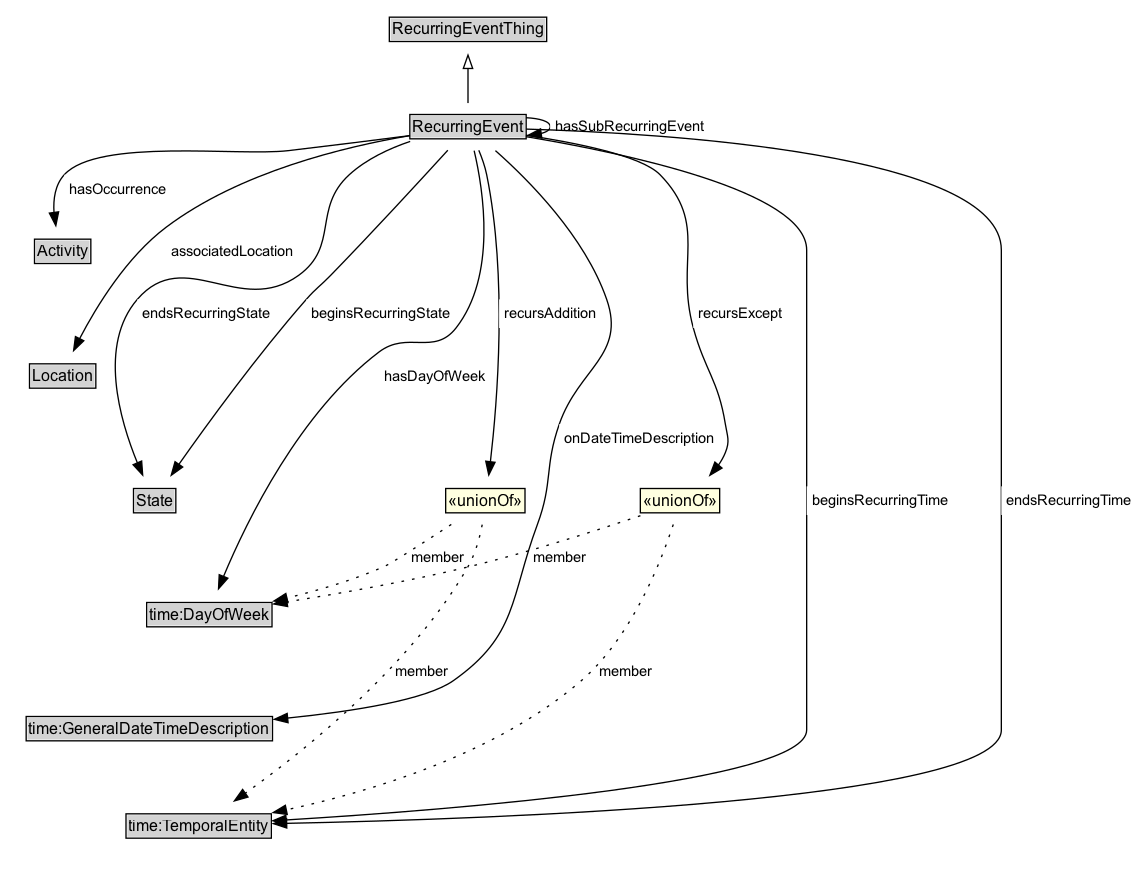
Earlier version of the Graphviz export docs/diagrams/RecurringEvent.dot.png (ISO-TC204/ontology-cdm-p1-v1). Its source is kept beside it as docs/diagrams/RecurringEvent.dot. Its diagram source:
```dot
digraph {
	graph [overlap=false rankdir=TB splines=true]
	node [fontname=Arial fontsize=12 margin=0 shape=none]
	edge [fontname=Arial fontsize=11]
	{
		rank=source
		RecurringEventThing [label=<<TABLE BORDER="1" CELLBORDER="0" CELLSPACING="0" CELLPADDING="1"><TR><TD BGCOLOR="lightgray" ALIGN="CENTER">RecurringEventThing</TD></TR></TABLE>> URL="../RecurringEventThing" margin=0]
	}
	RecurringEvent [label=<<TABLE BORDER="1" CELLBORDER="0" CELLSPACING="0" CELLPADDING="1"><TR><TD BGCOLOR="lightgray" ALIGN="CENTER">RecurringEvent</TD></TR><TR><TD ALIGN="LEFT">endTime : xsd:time</TD></TR><TR><TD ALIGN="LEFT">startTime : xsd:time</TD></TR></TABLE>> URL="../RecurringEvent" margin=0]
	{
		rank=max
	}
	subgraph cluster_associated {
		label="" style=invis
		Invis [label=<<TABLE BORDER="0" CELLBORDER="0" CELLSPACING="0" CELLPADDING="1"><TR><TD></TD></TR></TABLE>> margin=0 style=invis]
		Activity [label=<<TABLE BORDER="1" CELLBORDER="0" CELLSPACING="0" CELLPADDING="1"><TR><TD BGCOLOR="lightgray" ALIGN="CENTER">Activity</TD></TR></TABLE>> URL="../Activity" margin=0]
		Location [label=<<TABLE BORDER="1" CELLBORDER="0" CELLSPACING="0" CELLPADDING="1"><TR><TD BGCOLOR="lightgray" ALIGN="CENTER">Location</TD></TR></TABLE>> URL="../Location" margin=0]
		State [label=<<TABLE BORDER="1" CELLBORDER="0" CELLSPACING="0" CELLPADDING="1"><TR><TD BGCOLOR="lightgray" ALIGN="CENTER">State</TD></TR></TABLE>> URL="../State" margin=0]
		time_DayOfWeek [label=<<TABLE BORDER="1" CELLBORDER="0" CELLSPACING="0" CELLPADDING="1"><TR><TD BGCOLOR="lightgray" ALIGN="CENTER">time:DayOfWeek</TD></TR></TABLE>> URL="https://w3id.org/citydata/imported/time/latest/DayOfWeek" margin=0]
		time_GeneralDateTimeDescription [label=<<TABLE BORDER="1" CELLBORDER="0" CELLSPACING="0" CELLPADDING="1"><TR><TD BGCOLOR="lightgray" ALIGN="CENTER">time:GeneralDateTimeDescription</TD></TR></TABLE>> URL="https://w3id.org/citydata/imported/time/latest/GeneralDateTimeDescription" margin=0]
		time_TemporalEntity [label=<<TABLE BORDER="1" CELLBORDER="0" CELLSPACING="0" CELLPADDING="1"><TR><TD BGCOLOR="lightgray" ALIGN="CENTER">time:TemporalEntity</TD></TR></TABLE>> URL="https://w3id.org/citydata/imported/time/latest/TemporalEntity" margin=0]
	}
	RecurringEvent -> RecurringEventThing [arrowhead=onormal style=solid]
	RecurringEvent -> Invis [style=invis]
	Invis -> Activity [style=invis]
	Activity -> Location [style=invis]
	Location -> State [style=invis]
	State -> time_DayOfWeek [style=invis]
	time_DayOfWeek -> time_GeneralDateTimeDescription [style=invis]
	time_GeneralDateTimeDescription -> time_TemporalEntity [style=invis]
	n3444a948a9c64faf81d4b7a6799806b1b12 [label=<<TABLE BORDER="1" CELLBORDER="0" CELLSPACING="0" CELLPADDING="1" BGCOLOR="lightyellow"><TR><TD ALIGN="CENTER">«unionOf»</TD></TR></TABLE>> margin=0]
	time_DayOfWeek [label=<<TABLE BORDER="1" CELLBORDER="0" CELLSPACING="0" CELLPADDING="1"><TR><TD BGCOLOR="lightgray" ALIGN="CENTER">time:DayOfWeek</TD></TR></TABLE>> URL="https://w3id.org/citydata/imported/time/latest/DayOfWeek" margin=0]
	n3444a948a9c64faf81d4b7a6799806b1b12 -> time_DayOfWeek [label=member arrowhead=normal style=dotted]
	time_TemporalEntity [label=<<TABLE BORDER="1" CELLBORDER="0" CELLSPACING="0" CELLPADDING="1"><TR><TD BGCOLOR="lightgray" ALIGN="CENTER">time:TemporalEntity</TD></TR></TABLE>> URL="https://w3id.org/citydata/imported/time/latest/TemporalEntity" margin=0]
	n3444a948a9c64faf81d4b7a6799806b1b12 -> time_TemporalEntity [label=member arrowhead=normal style=dotted]
	RecurringEvent -> n3444a948a9c64faf81d4b7a6799806b1b12 [label=<<TABLE BORDER="0" CELLBORDER="0" CELLSPACING="0" CELLPADDING="4" BGCOLOR="white"><TR><TD ALIGN="CENTER">recursAddition</TD></TR></TABLE>> arrowhead=normal style=solid]
	State [label=<<TABLE BORDER="1" CELLBORDER="0" CELLSPACING="0" CELLPADDING="1"><TR><TD BGCOLOR="lightgray" ALIGN="CENTER">State</TD></TR></TABLE>> URL="../State" margin=0]
	RecurringEvent -> State [label=<<TABLE BORDER="0" CELLBORDER="0" CELLSPACING="0" CELLPADDING="4" BGCOLOR="white"><TR><TD ALIGN="CENTER">endsRecurringState</TD></TR></TABLE>> arrowhead=normal style=solid]
	Location [label=<<TABLE BORDER="1" CELLBORDER="0" CELLSPACING="0" CELLPADDING="1"><TR><TD BGCOLOR="lightgray" ALIGN="CENTER">Location</TD></TR></TABLE>> URL="../Location" margin=0]
	RecurringEvent -> Location [label=<<TABLE BORDER="0" CELLBORDER="0" CELLSPACING="0" CELLPADDING="4" BGCOLOR="white"><TR><TD ALIGN="CENTER">associatedLocation</TD></TR></TABLE>> arrowhead=normal style=solid]
	Activity [label=<<TABLE BORDER="1" CELLBORDER="0" CELLSPACING="0" CELLPADDING="1"><TR><TD BGCOLOR="lightgray" ALIGN="CENTER">Activity</TD></TR></TABLE>> URL="../Activity" margin=0]
	RecurringEvent -> Activity [label=<<TABLE BORDER="0" CELLBORDER="0" CELLSPACING="0" CELLPADDING="4" BGCOLOR="white"><TR><TD ALIGN="CENTER">hasOccurrence</TD></TR></TABLE>> arrowhead=normal style=solid]
	RecurringEvent -> State [label=<<TABLE BORDER="0" CELLBORDER="0" CELLSPACING="0" CELLPADDING="4" BGCOLOR="white"><TR><TD ALIGN="CENTER">beginsRecurringState</TD></TR></TABLE>> arrowhead=normal style=solid]
	n3444a948a9c64faf81d4b7a6799806b1b21 [label=<<TABLE BORDER="1" CELLBORDER="0" CELLSPACING="0" CELLPADDING="1" BGCOLOR="lightyellow"><TR><TD ALIGN="CENTER">«unionOf»</TD></TR></TABLE>> margin=0]
	n3444a948a9c64faf81d4b7a6799806b1b21 -> time_DayOfWeek [label=member arrowhead=normal style=dotted]
	n3444a948a9c64faf81d4b7a6799806b1b21 -> time_TemporalEntity [label=member arrowhead=normal style=dotted]
	RecurringEvent -> n3444a948a9c64faf81d4b7a6799806b1b21 [label=<<TABLE BORDER="0" CELLBORDER="0" CELLSPACING="0" CELLPADDING="4" BGCOLOR="white"><TR><TD ALIGN="CENTER">recursExcept</TD></TR></TABLE>> arrowhead=normal style=solid]
	RecurringEvent -> time_TemporalEntity [label=<<TABLE BORDER="0" CELLBORDER="0" CELLSPACING="0" CELLPADDING="4" BGCOLOR="white"><TR><TD ALIGN="CENTER">beginsRecurringTime</TD></TR></TABLE>> arrowhead=normal style=solid]
	RecurringEvent -> time_DayOfWeek [label=<<TABLE BORDER="0" CELLBORDER="0" CELLSPACING="0" CELLPADDING="4" BGCOLOR="white"><TR><TD ALIGN="CENTER">hasDayOfWeek</TD></TR></TABLE>> arrowhead=normal style=solid]
	RecurringEvent -> time_TemporalEntity [label=<<TABLE BORDER="0" CELLBORDER="0" CELLSPACING="0" CELLPADDING="4" BGCOLOR="white"><TR><TD ALIGN="CENTER">endsRecurringTime</TD></TR></TABLE>> arrowhead=normal style=solid]
	RecurringEvent [label=<<TABLE BORDER="1" CELLBORDER="0" CELLSPACING="0" CELLPADDING="1"><TR><TD BGCOLOR="lightgray" ALIGN="CENTER">RecurringEvent</TD></TR></TABLE>> URL="../RecurringEvent" margin=0]
	RecurringEvent -> RecurringEvent [label=<<TABLE BORDER="0" CELLBORDER="0" CELLSPACING="0" CELLPADDING="4" BGCOLOR="white"><TR><TD ALIGN="CENTER">hasSubRecurringEvent</TD></TR></TABLE>> arrowhead=normal style=solid]
	time_GeneralDateTimeDescription [label=<<TABLE BORDER="1" CELLBORDER="0" CELLSPACING="0" CELLPADDING="1"><TR><TD BGCOLOR="lightgray" ALIGN="CENTER">time:GeneralDateTimeDescription</TD></TR></TABLE>> URL="https://w3id.org/citydata/imported/time/latest/GeneralDateTimeDescription" margin=0]
	RecurringEvent -> time_GeneralDateTimeDescription [label=<<TABLE BORDER="0" CELLBORDER="0" CELLSPACING="0" CELLPADDING="4" BGCOLOR="white"><TR><TD ALIGN="CENTER">onDateTimeDescription</TD></TR></TABLE>> arrowhead=normal style=solid]
}
```
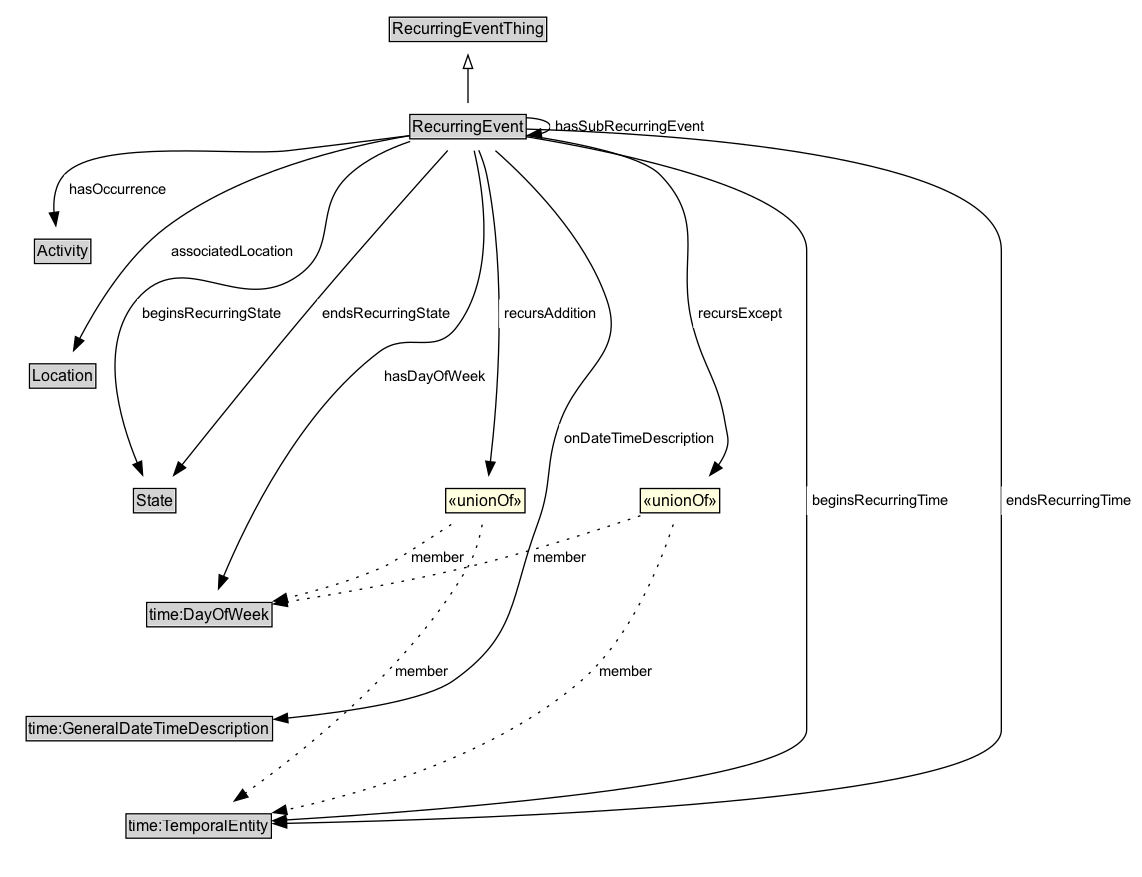
After the change.

Change to the diagram source:
```diff
@@ -28,28 +28,28 @@
 	State -> time_DayOfWeek [style=invis]
 	time_DayOfWeek -> time_GeneralDateTimeDescription [style=invis]
 	time_GeneralDateTimeDescription -> time_TemporalEntity [style=invis]
-	n3444a948a9c64faf81d4b7a6799806b1b12 [label=<<TABLE BORDER="1" CELLBORDER="0" CELLSPACING="0" CELLPADDING="1" BGCOLOR="lightyellow"><TR><TD ALIGN="CENTER">«unionOf»</TD></TR></TABLE>> margin=0]
-	time_DayOfWeek [label=<<TABLE BORDER="1" CELLBORDER="0" CELLSPACING="0" CELLPADDING="1"><TR><TD BGCOLOR="lightgray" ALIGN="CENTER">time:DayOfWeek</TD></TR></TABLE>> URL="https://w3id.org/citydata/imported/time/latest/DayOfWeek" margin=0]
-	n3444a948a9c64faf81d4b7a6799806b1b12 -> time_DayOfWeek [label=member arrowhead=normal style=dotted]
-	time_TemporalEntity [label=<<TABLE BORDER="1" CELLBORDER="0" CELLSPACING="0" CELLPADDING="1"><TR><TD BGCOLOR="lightgray" ALIGN="CENTER">time:TemporalEntity</TD></TR></TABLE>> URL="https://w3id.org/citydata/imported/time/latest/TemporalEntity" margin=0]
-	n3444a948a9c64faf81d4b7a6799806b1b12 -> time_TemporalEntity [label=member arrowhead=normal style=dotted]
-	RecurringEvent -> n3444a948a9c64faf81d4b7a6799806b1b12 [label=<<TABLE BORDER="0" CELLBORDER="0" CELLSPACING="0" CELLPADDING="4" BGCOLOR="white"><TR><TD ALIGN="CENTER">recursAddition</TD></TR></TABLE>> arrowhead=normal style=solid]
-	State [label=<<TABLE BORDER="1" CELLBORDER="0" CELLSPACING="0" CELLPADDING="1"><TR><TD BGCOLOR="lightgray" ALIGN="CENTER">State</TD></TR></TABLE>> URL="../State" margin=0]
-	RecurringEvent -> State [label=<<TABLE BORDER="0" CELLBORDER="0" CELLSPACING="0" CELLPADDING="4" BGCOLOR="white"><TR><TD ALIGN="CENTER">endsRecurringState</TD></TR></TABLE>> arrowhead=normal style=solid]
 	Location [label=<<TABLE BORDER="1" CELLBORDER="0" CELLSPACING="0" CELLPADDING="1"><TR><TD BGCOLOR="lightgray" ALIGN="CENTER">Location</TD></TR></TABLE>> URL="../Location" margin=0]
 	RecurringEvent -> Location [label=<<TABLE BORDER="0" CELLBORDER="0" CELLSPACING="0" CELLPADDING="4" BGCOLOR="white"><TR><TD ALIGN="CENTER">associatedLocation</TD></TR></TABLE>> arrowhead=normal style=solid]
+	State [label=<<TABLE BORDER="1" CELLBORDER="0" CELLSPACING="0" CELLPADDING="1"><TR><TD BGCOLOR="lightgray" ALIGN="CENTER">State</TD></TR></TABLE>> URL="../State" margin=0]
+	RecurringEvent -> State [label=<<TABLE BORDER="0" CELLBORDER="0" CELLSPACING="0" CELLPADDING="4" BGCOLOR="white"><TR><TD ALIGN="CENTER">beginsRecurringState</TD></TR></TABLE>> arrowhead=normal style=solid]
+	time_TemporalEntity [label=<<TABLE BORDER="1" CELLBORDER="0" CELLSPACING="0" CELLPADDING="1"><TR><TD BGCOLOR="lightgray" ALIGN="CENTER">time:TemporalEntity</TD></TR></TABLE>> URL="https://w3id.org/citydata/imported/time/latest/TemporalEntity" margin=0]
+	RecurringEvent -> time_TemporalEntity [label=<<TABLE BORDER="0" CELLBORDER="0" CELLSPACING="0" CELLPADDING="4" BGCOLOR="white"><TR><TD ALIGN="CENTER">beginsRecurringTime</TD></TR></TABLE>> arrowhead=normal style=solid]
+	RecurringEvent -> State [label=<<TABLE BORDER="0" CELLBORDER="0" CELLSPACING="0" CELLPADDING="4" BGCOLOR="white"><TR><TD ALIGN="CENTER">endsRecurringState</TD></TR></TABLE>> arrowhead=normal style=solid]
+	RecurringEvent -> time_TemporalEntity [label=<<TABLE BORDER="0" CELLBORDER="0" CELLSPACING="0" CELLPADDING="4" BGCOLOR="white"><TR><TD ALIGN="CENTER">endsRecurringTime</TD></TR></TABLE>> arrowhead=normal style=solid]
+	time_DayOfWeek [label=<<TABLE BORDER="1" CELLBORDER="0" CELLSPACING="0" CELLPADDING="1"><TR><TD BGCOLOR="lightgray" ALIGN="CENTER">time:DayOfWeek</TD></TR></TABLE>> URL="https://w3id.org/citydata/imported/time/latest/DayOfWeek" margin=0]
+	RecurringEvent -> time_DayOfWeek [label=<<TABLE BORDER="0" CELLBORDER="0" CELLSPACING="0" CELLPADDING="4" BGCOLOR="white"><TR><TD ALIGN="CENTER">hasDayOfWeek</TD></TR></TABLE>> arrowhead=normal style=solid]
 	Activity [label=<<TABLE BORDER="1" CELLBORDER="0" CELLSPACING="0" CELLPADDING="1"><TR><TD BGCOLOR="lightgray" ALIGN="CENTER">Activity</TD></TR></TABLE>> URL="../Activity" margin=0]
 	RecurringEvent -> Activity [label=<<TABLE BORDER="0" CELLBORDER="0" CELLSPACING="0" CELLPADDING="4" BGCOLOR="white"><TR><TD ALIGN="CENTER">hasOccurrence</TD></TR></TABLE>> arrowhead=normal style=solid]
-	RecurringEvent -> State [label=<<TABLE BORDER="0" CELLBORDER="0" CELLSPACING="0" CELLPADDING="4" BGCOLOR="white"><TR><TD ALIGN="CENTER">beginsRecurringState</TD></TR></TABLE>> arrowhead=normal style=solid]
-	n3444a948a9c64faf81d4b7a6799806b1b21 [label=<<TABLE BORDER="1" CELLBORDER="0" CELLSPACING="0" CELLPADDING="1" BGCOLOR="lightyellow"><TR><TD ALIGN="CENTER">«unionOf»</TD></TR></TABLE>> margin=0]
-	n3444a948a9c64faf81d4b7a6799806b1b21 -> time_DayOfWeek [label=member arrowhead=normal style=dotted]
-	n3444a948a9c64faf81d4b7a6799806b1b21 -> time_TemporalEntity [label=member arrowhead=normal style=dotted]
-	RecurringEvent -> n3444a948a9c64faf81d4b7a6799806b1b21 [label=<<TABLE BORDER="0" CELLBORDER="0" CELLSPACING="0" CELLPADDING="4" BGCOLOR="white"><TR><TD ALIGN="CENTER">recursExcept</TD></TR></TABLE>> arrowhead=normal style=solid]
-	RecurringEvent -> time_TemporalEntity [label=<<TABLE BORDER="0" CELLBORDER="0" CELLSPACING="0" CELLPADDING="4" BGCOLOR="white"><TR><TD ALIGN="CENTER">beginsRecurringTime</TD></TR></TABLE>> arrowhead=normal style=solid]
-	RecurringEvent -> time_DayOfWeek [label=<<TABLE BORDER="0" CELLBORDER="0" CELLSPACING="0" CELLPADDING="4" BGCOLOR="white"><TR><TD ALIGN="CENTER">hasDayOfWeek</TD></TR></TABLE>> arrowhead=normal style=solid]
-	RecurringEvent -> time_TemporalEntity [label=<<TABLE BORDER="0" CELLBORDER="0" CELLSPACING="0" CELLPADDING="4" BGCOLOR="white"><TR><TD ALIGN="CENTER">endsRecurringTime</TD></TR></TABLE>> arrowhead=normal style=solid]
 	RecurringEvent [label=<<TABLE BORDER="1" CELLBORDER="0" CELLSPACING="0" CELLPADDING="1"><TR><TD BGCOLOR="lightgray" ALIGN="CENTER">RecurringEvent</TD></TR></TABLE>> URL="../RecurringEvent" margin=0]
 	RecurringEvent -> RecurringEvent [label=<<TABLE BORDER="0" CELLBORDER="0" CELLSPACING="0" CELLPADDING="4" BGCOLOR="white"><TR><TD ALIGN="CENTER">hasSubRecurringEvent</TD></TR></TABLE>> arrowhead=normal style=solid]
 	time_GeneralDateTimeDescription [label=<<TABLE BORDER="1" CELLBORDER="0" CELLSPACING="0" CELLPADDING="1"><TR><TD BGCOLOR="lightgray" ALIGN="CENTER">time:GeneralDateTimeDescription</TD></TR></TABLE>> URL="https://w3id.org/citydata/imported/time/latest/GeneralDateTimeDescription" margin=0]
 	RecurringEvent -> time_GeneralDateTimeDescription [label=<<TABLE BORDER="0" CELLBORDER="0" CELLSPACING="0" CELLPADDING="4" BGCOLOR="white"><TR><TD ALIGN="CENTER">onDateTimeDescription</TD></TR></TABLE>> arrowhead=normal style=solid]
+	n5b34b95ad1a84575958720fe2213c636b22 [label=<<TABLE BORDER="1" CELLBORDER="0" CELLSPACING="0" CELLPADDING="1" BGCOLOR="lightyellow"><TR><TD ALIGN="CENTER">«unionOf»</TD></TR></TABLE>> margin=0]
+	n5b34b95ad1a84575958720fe2213c636b22 -> time_DayOfWeek [label=member arrowhead=normal style=dotted]
+	n5b34b95ad1a84575958720fe2213c636b22 -> time_TemporalEntity [label=member arrowhead=normal style=dotted]
+	RecurringEvent -> n5b34b95ad1a84575958720fe2213c636b22 [label=<<TABLE BORDER="0" CELLBORDER="0" CELLSPACING="0" CELLPADDING="4" BGCOLOR="white"><TR><TD ALIGN="CENTER">recursAddition</TD></TR></TABLE>> arrowhead=normal style=solid]
+	n5b34b95ad1a84575958720fe2213c636b26 [label=<<TABLE BORDER="1" CELLBORDER="0" CELLSPACING="0" CELLPADDING="1" BGCOLOR="lightyellow"><TR><TD ALIGN="CENTER">«unionOf»</TD></TR></TABLE>> margin=0]
+	n5b34b95ad1a84575958720fe2213c636b26 -> time_DayOfWeek [label=member arrowhead=normal style=dotted]
+	n5b34b95ad1a84575958720fe2213c636b26 -> time_TemporalEntity [label=member arrowhead=normal style=dotted]
+	RecurringEvent -> n5b34b95ad1a84575958720fe2213c636b26 [label=<<TABLE BORDER="0" CELLBORDER="0" CELLSPACING="0" CELLPADDING="4" BGCOLOR="white"><TR><TD ALIGN="CENTER">recursExcept</TD></TR></TABLE>> arrowhead=normal style=solid]
 }
```
